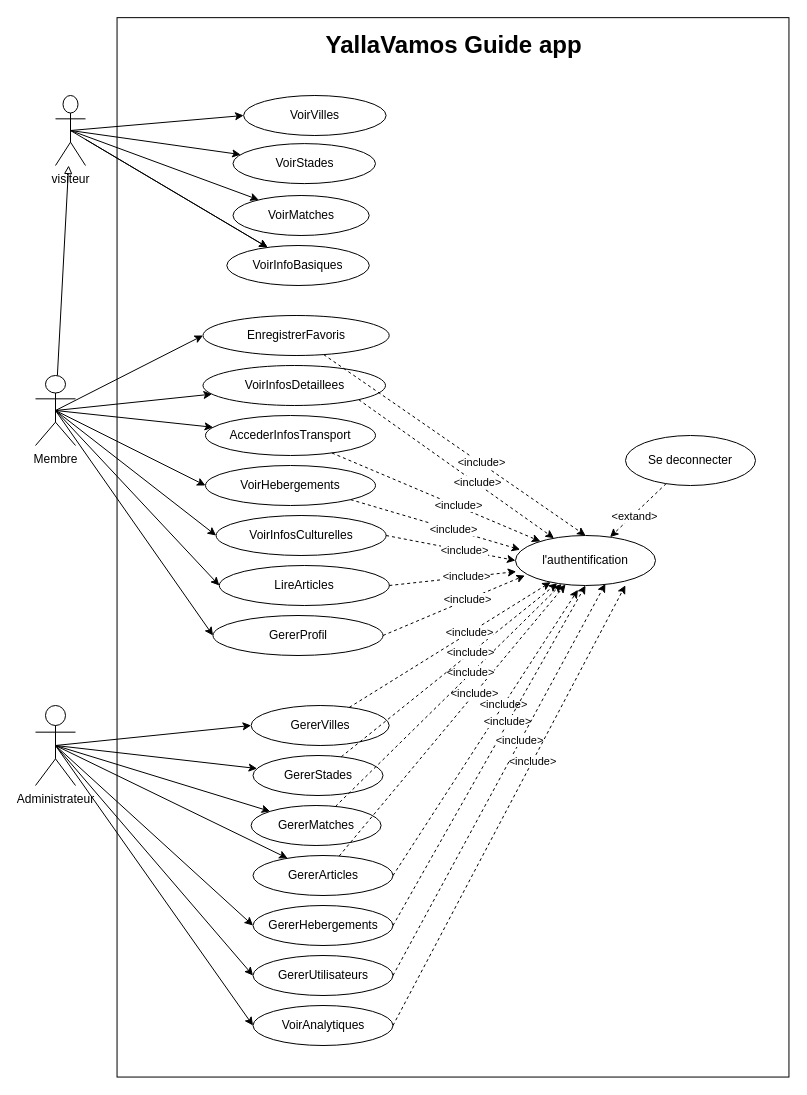
This is docs/useCase.drawio from Drissnafii/YallaVamos-Artisana, a draw.io file, before an edit. Source tidied: cells renumbered, new cells numbered last; positions are measured from the earlier drawing's top-left corner, leaving out a move shared by most shapes. Both pictures are drawn from the tidied source at 100%, with x=0, y=0 at pixel (-77, 25).
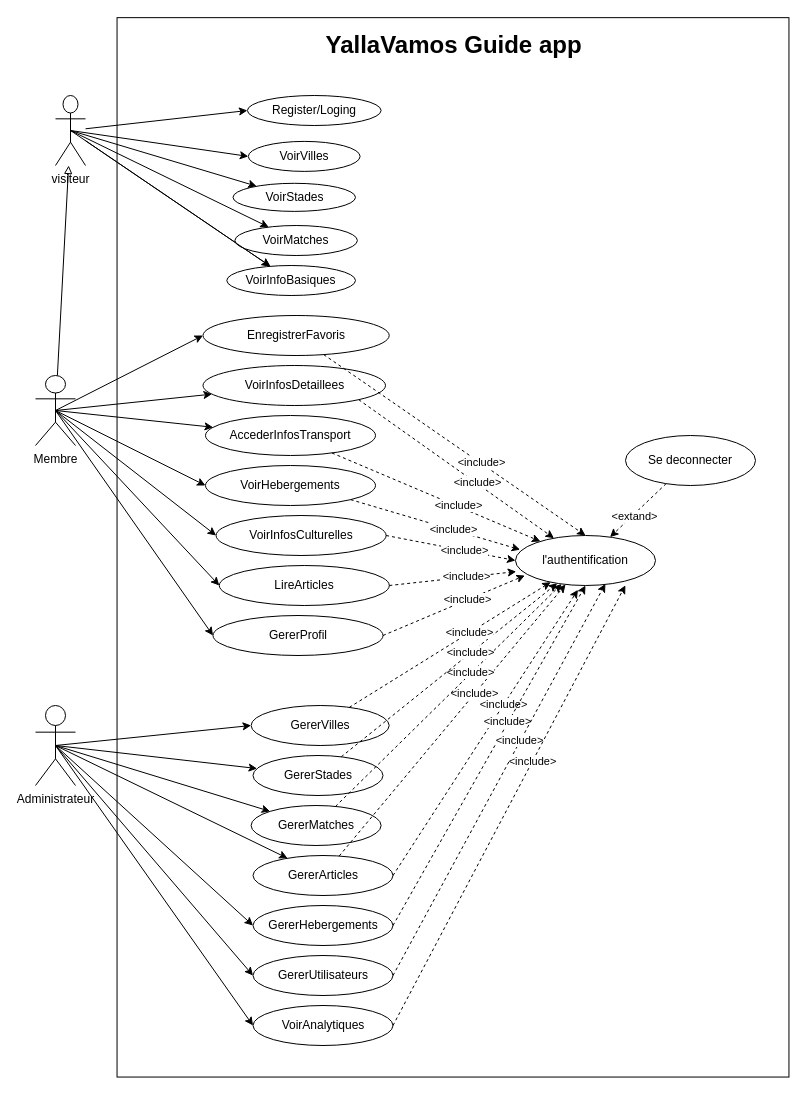
The same diagram, later.

Commit message:
Update use case diagram with improved layout and added Register/Login functionality

The change refers to these unchanged cells:
```xml
<mxCell id="16" value="visiteur" style="shape=umlActor;verticalLabelPosition=bottom;verticalAlign=top;html=1;outlineConnect=0;" parent="1" vertex="1">
  <mxGeometry x="132" y="70" width="30" height="70" as="geometry" />
</mxCell>
```

The edit, as a diff of the source:
```diff
@@
     <mxCell id="26" value="VoirStades" style="ellipse;whiteSpace=wrap;html=1;" parent="1" vertex="1">
-      <mxGeometry x="309.5" y="118.1" width="142.5" height="40" as="geometry" />
+      <mxGeometry x="309.5" y="157.8" width="122.5" height="28.1" as="geometry" />
     </mxCell>
     <mxCell id="27" value="VoirMatches" style="ellipse;whiteSpace=wrap;html=1;" parent="1" vertex="1">
-      <mxGeometry x="309.5" y="170" width="136.2" height="40" as="geometry" />
+      <mxGeometry x="311.4" y="200" width="122.5" height="30" as="geometry" />
     </mxCell>
@@
     <mxCell id="52" value="VoirVilles" style="ellipse;whiteSpace=wrap;html=1;" parent="1" vertex="1">
-      <mxGeometry x="320.1" y="70" width="142.5" height="40" as="geometry" />
+      <mxGeometry x="324.8" y="115.9" width="111.8" height="30" as="geometry" />
     </mxCell>
@@
     <mxCell id="54" value="VoirInfoBasiques" style="ellipse;whiteSpace=wrap;html=1;" parent="1" vertex="1">
-      <mxGeometry x="303.3" y="220" width="142.5" height="40" as="geometry" />
+      <mxGeometry x="303.3" y="240" width="128.7" height="30" as="geometry" />
     </mxCell>
@@
+    <mxCell id="79" value="Register/Loging" style="ellipse;whiteSpace=wrap;html=1;" parent="1" vertex="1">
+      <mxGeometry x="323.9" y="70" width="133.7" height="30" as="geometry" />
+    </mxCell>
+    <mxCell id="80" style="edgeStyle=none;html=1;entryX=0;entryY=0.5;entryDx=0;entryDy=0;" parent="1" edge="1" source="16" target="79">
+      <mxGeometry relative="1" as="geometry" />
+    </mxCell>
```
